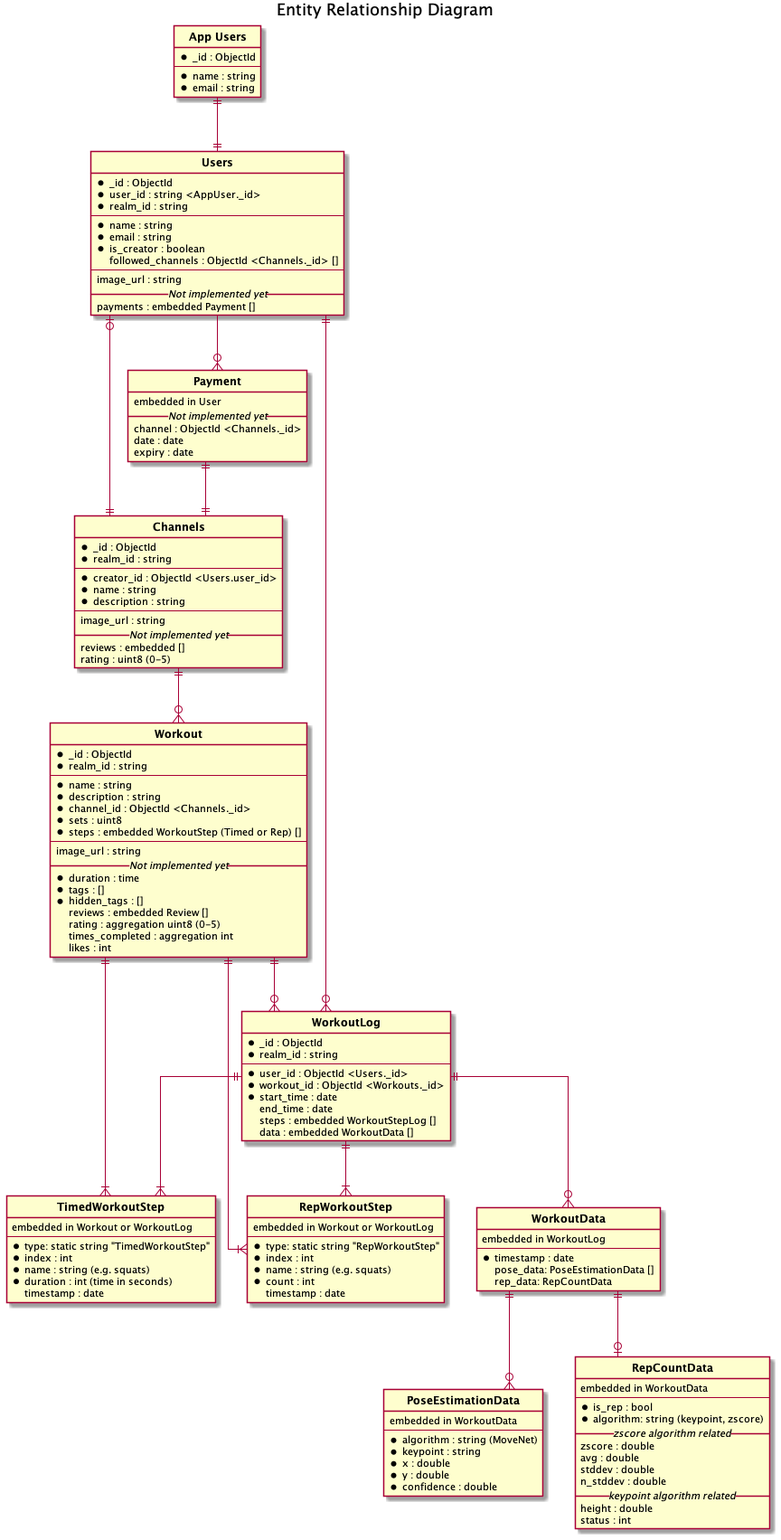
Above: docs/diagrams/out/data_schema.png in wongway/tmp-form-app (PlantUML), before the change.
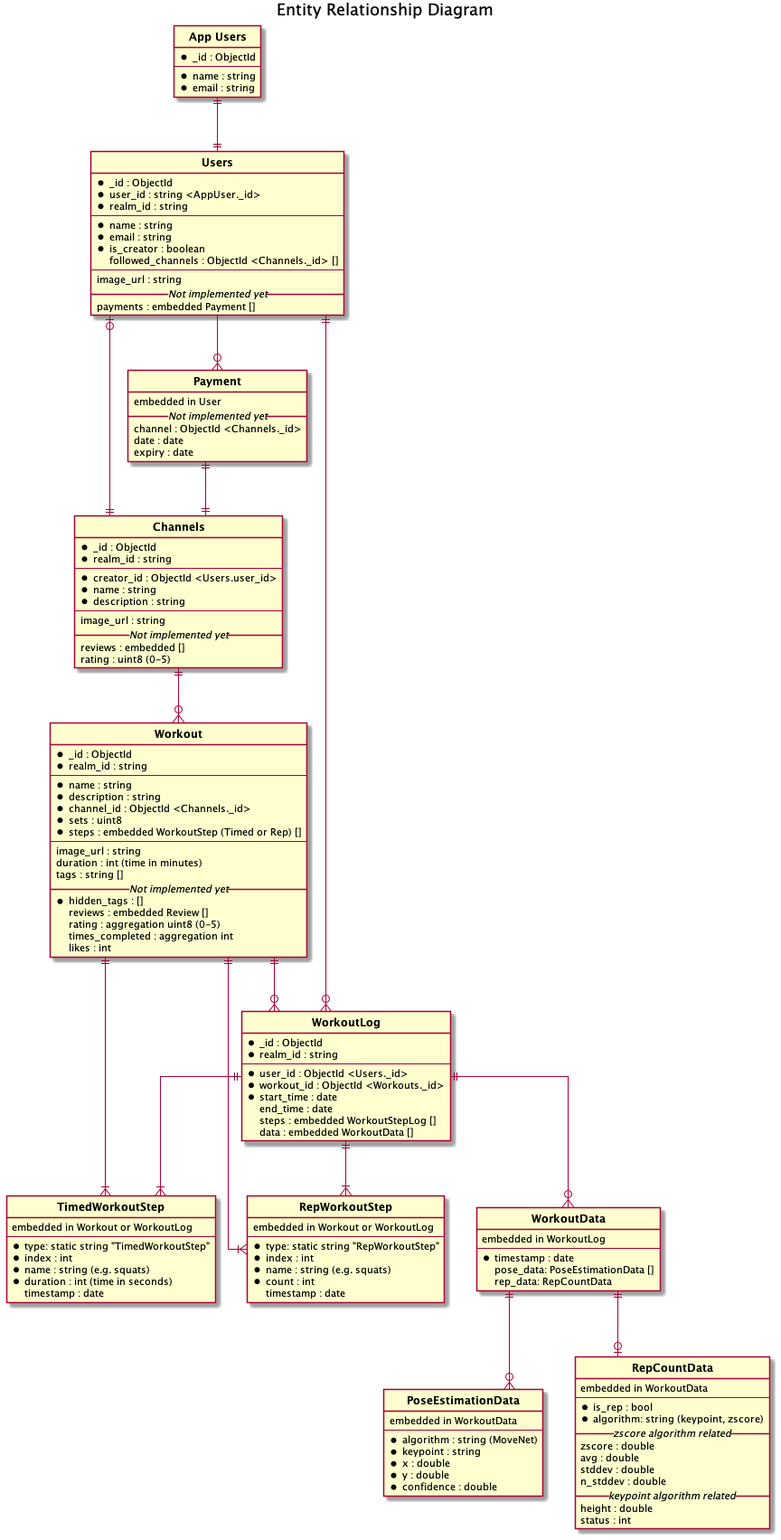
The same diagram one commit later.

Commit message:
Added tags to workout schema

The edit, as a diff of the source:
```diff
@@ -60,9 +60,9 @@
     * steps : embedded WorkoutStep (Timed or Rep) []
     ---
     image_url : string
+    duration : int (time in minutes)
+    tags : string []
     __//Not implemented yet//__
-    * duration : time
-    * tags : []
     * hidden_tags : []
     reviews : embedded Review []
     rating : aggregation uint8 (0-5)
```
